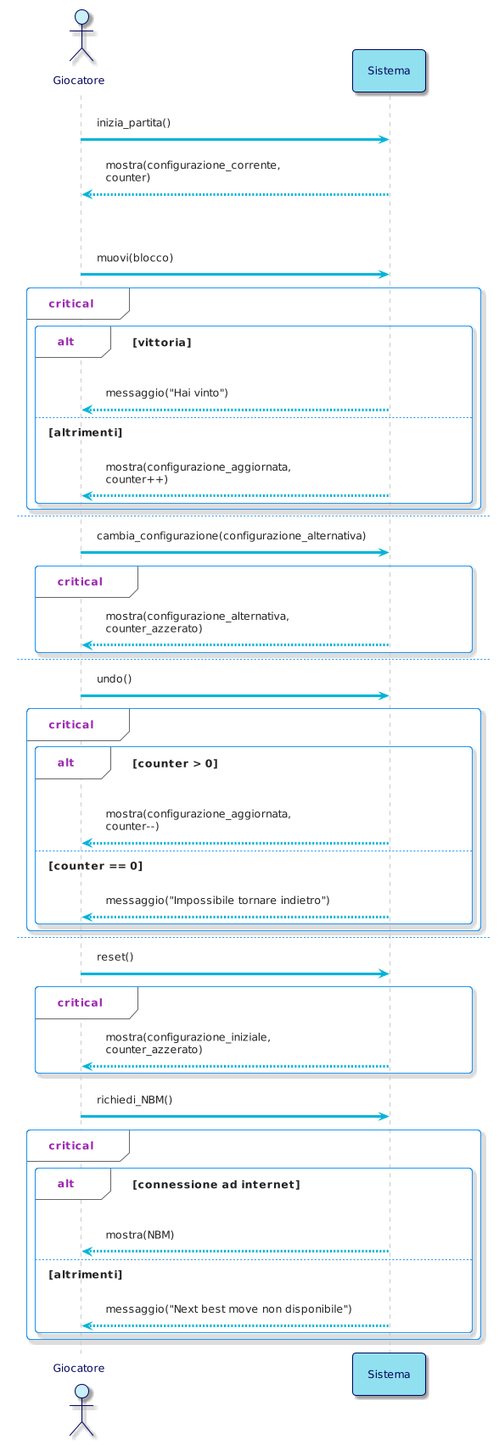
Before: resources/img/diagrams/SystemSequenceDiagram.png, a diagram exported from PlantUML (bellins14/klotski_gruppo2). The source it was exported from:
```plantuml
@startuml
!theme materia-outline

skinparam ArrowColor #00B4D8
skinparam BackgroundColor #FFFFFF
skinparam ArrowColor #00B4D8
skinparam ActorBorderColor #03045E
skinparam ActorFontColor #03045E
skinparam ActorBackgroundColor #CAF0F8
skinparam ParticipantFontColor #03045E
skinparam ParticipantBorderColor #03045E
skinparam ParticipantBackgroundColor #90E0EF

actor Giocatore
participant Sistema

Giocatore -> Sistema: inizia_partita()
Sistema --> Giocatore: mostra(configurazione_corrente,\ncounter)

par
    Giocatore -> Sistema: muovi(blocco)

    critical
      alt vittoria
        Sistema --> Giocatore: messaggio("Hai vinto")

      else altrimenti
        Sistema --> Giocatore: mostra(configurazione_aggiornata,\ncounter++)
      end
    end

else
    Giocatore -> Sistema: cambia_configurazione(configurazione_alternativa)

    critical
      Sistema --> Giocatore: mostra(configurazione_alternativa,\ncounter_azzerato)
    end

else
    Giocatore -> Sistema: undo()

    critical
      alt counter > 0
        Sistema --> Giocatore: mostra(configurazione_aggiornata,\ncounter--)

      else counter == 0
        Sistema --> Giocatore: messaggio("Impossibile tornare indietro")
      end
    end

else
    Giocatore -> Sistema: reset()

    critical
      Sistema --> Giocatore: mostra(configurazione_iniziale,\ncounter_azzerato)
    end

else
    Giocatore -> Sistema: richiedi_NBM()

    critical
      alt connessione ad internet
        Sistema --> Giocatore: mostra(NBM)

      else altrimenti
        Sistema --> Giocatore: messaggio("Next best move non disponibile")
    end
end
@enduml
```
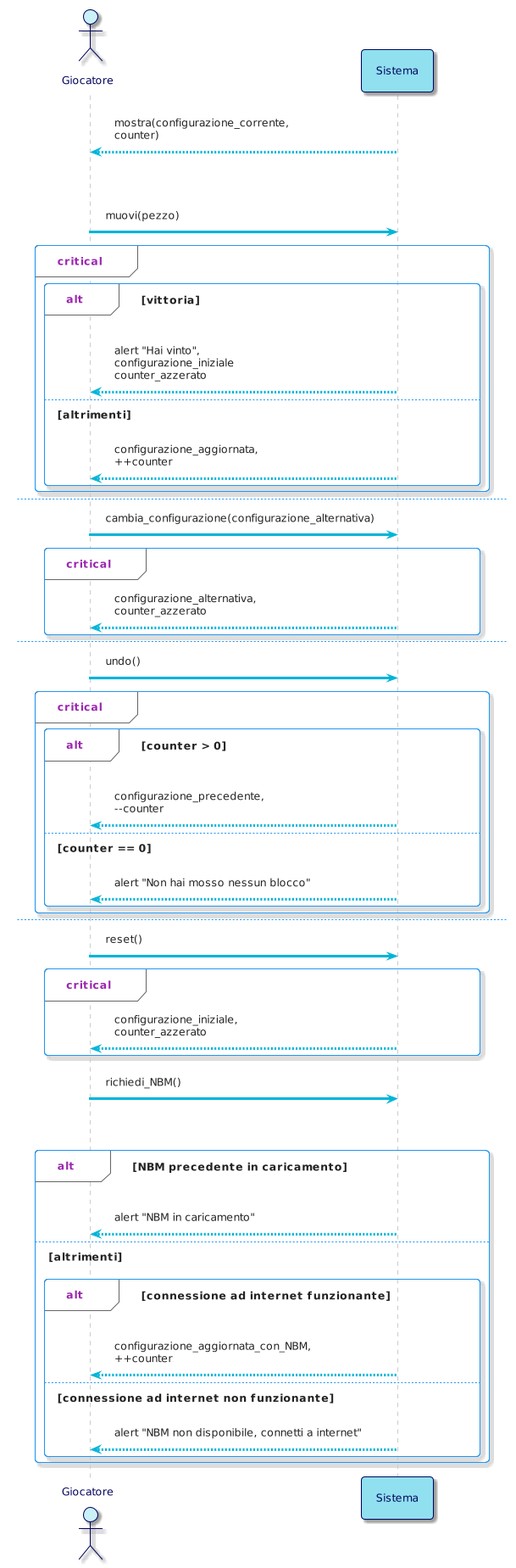
The same file after the commit.

Commit message:
Aggiunto SSD

What changed in the source:
```diff
@@ -14,18 +14,17 @@
 actor Giocatore
 participant Sistema
 
-Giocatore -> Sistema: inizia_partita()
 Sistema --> Giocatore: mostra(configurazione_corrente,\ncounter)
 
 par
-    Giocatore -> Sistema: muovi(blocco)
+    Giocatore -> Sistema: muovi(pezzo)
 
     critical
       alt vittoria
-        Sistema --> Giocatore: messaggio("Hai vinto")
+        Sistema --> Giocatore: alert "Hai vinto", \nconfigurazione_iniziale \ncounter_azzerato
 
       else altrimenti
-        Sistema --> Giocatore: mostra(configurazione_aggiornata,\ncounter++)
+        Sistema --> Giocatore: configurazione_aggiornata,\n++counter
       end
     end
 
@@ -33,7 +32,7 @@
     Giocatore -> Sistema: cambia_configurazione(configurazione_alternativa)
 
     critical
-      Sistema --> Giocatore: mostra(configurazione_alternativa,\ncounter_azzerato)
+      Sistema --> Giocatore: configurazione_alternativa,\ncounter_azzerato
     end
 
 else
@@ -41,10 +40,10 @@
 
     critical
       alt counter > 0
-        Sistema --> Giocatore: mostra(configurazione_aggiornata,\ncounter--)
+        Sistema --> Giocatore: configurazione_precedente,\n--counter
 
       else counter == 0
-        Sistema --> Giocatore: messaggio("Impossibile tornare indietro")
+        Sistema --> Giocatore: alert "Non hai mosso nessun blocco"
       end
     end
 
@@ -52,18 +51,23 @@
     Giocatore -> Sistema: reset()
 
     critical
-      Sistema --> Giocatore: mostra(configurazione_iniziale,\ncounter_azzerato)
+      Sistema --> Giocatore: configurazione_iniziale,\ncounter_azzerato
     end
 
 else
     Giocatore -> Sistema: richiedi_NBM()
 
     critical
-      alt connessione ad internet
-        Sistema --> Giocatore: mostra(NBM)
+    alt NBM precedente in caricamento
+      Sistema --> Giocatore: alert "NBM in caricamento"
 
       else altrimenti
-        Sistema --> Giocatore: messaggio("Next best move non disponibile")
+
+      alt connessione ad internet funzionante
+        Sistema --> Giocatore: configurazione_aggiornata_con_NBM, \n++counter
+
+      else connessione ad internet non funzionante
+        Sistema --> Giocatore: alert "NBM non disponibile, connetti a internet"
     end
 end
 @enduml
```
